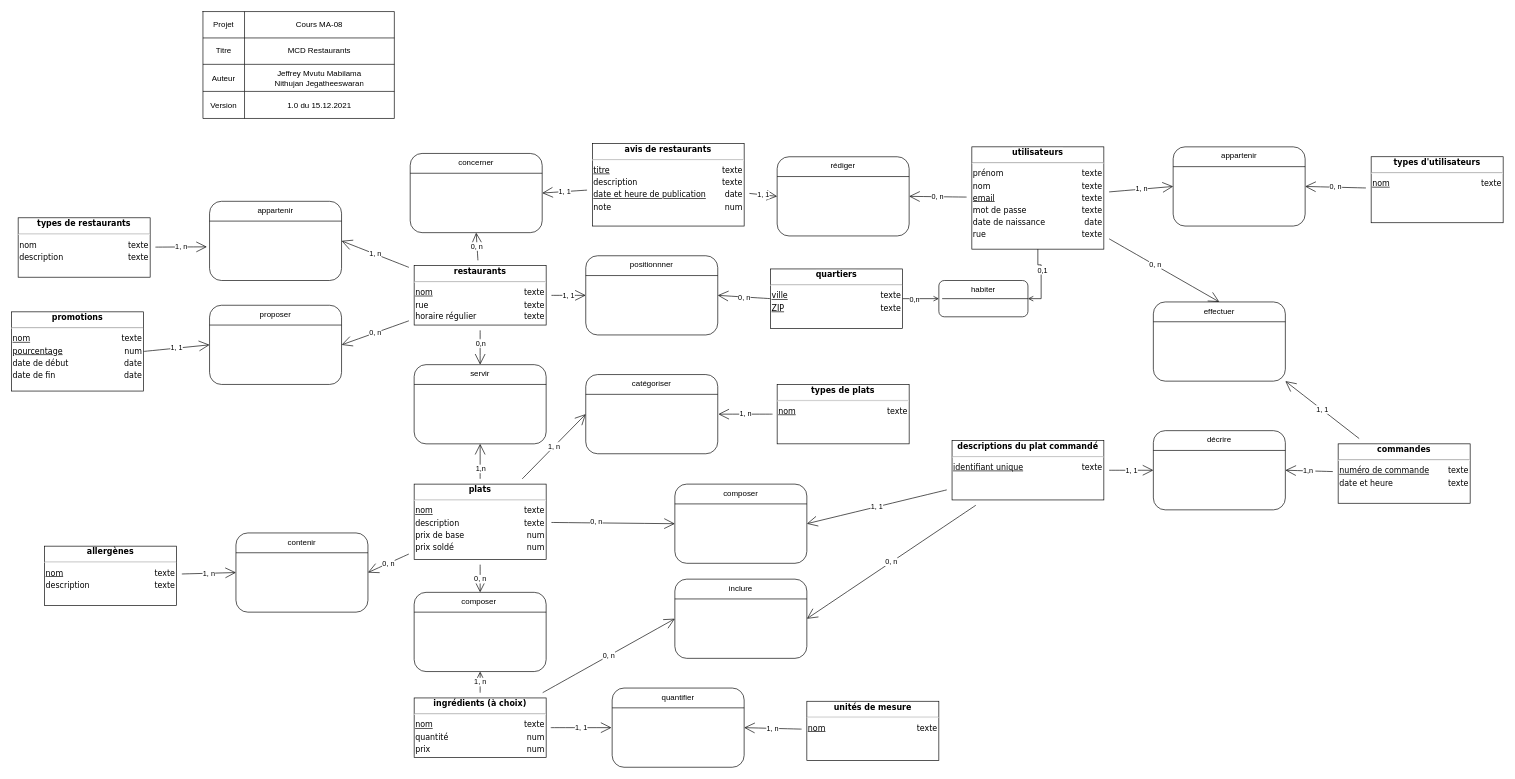
Above: travail/MCD_v1-0.drawio in J-Nithujan/MA-08-Modele-Restaurants (draw.io), before the change. Source tidied: cells renumbered, new cells numbered last; positions are measured from the earlier drawing's top-left corner, leaving out a move shared by most shapes. Both pictures are drawn from the tidied source at 66%, with x=0, y=0 at pixel (11, 11).
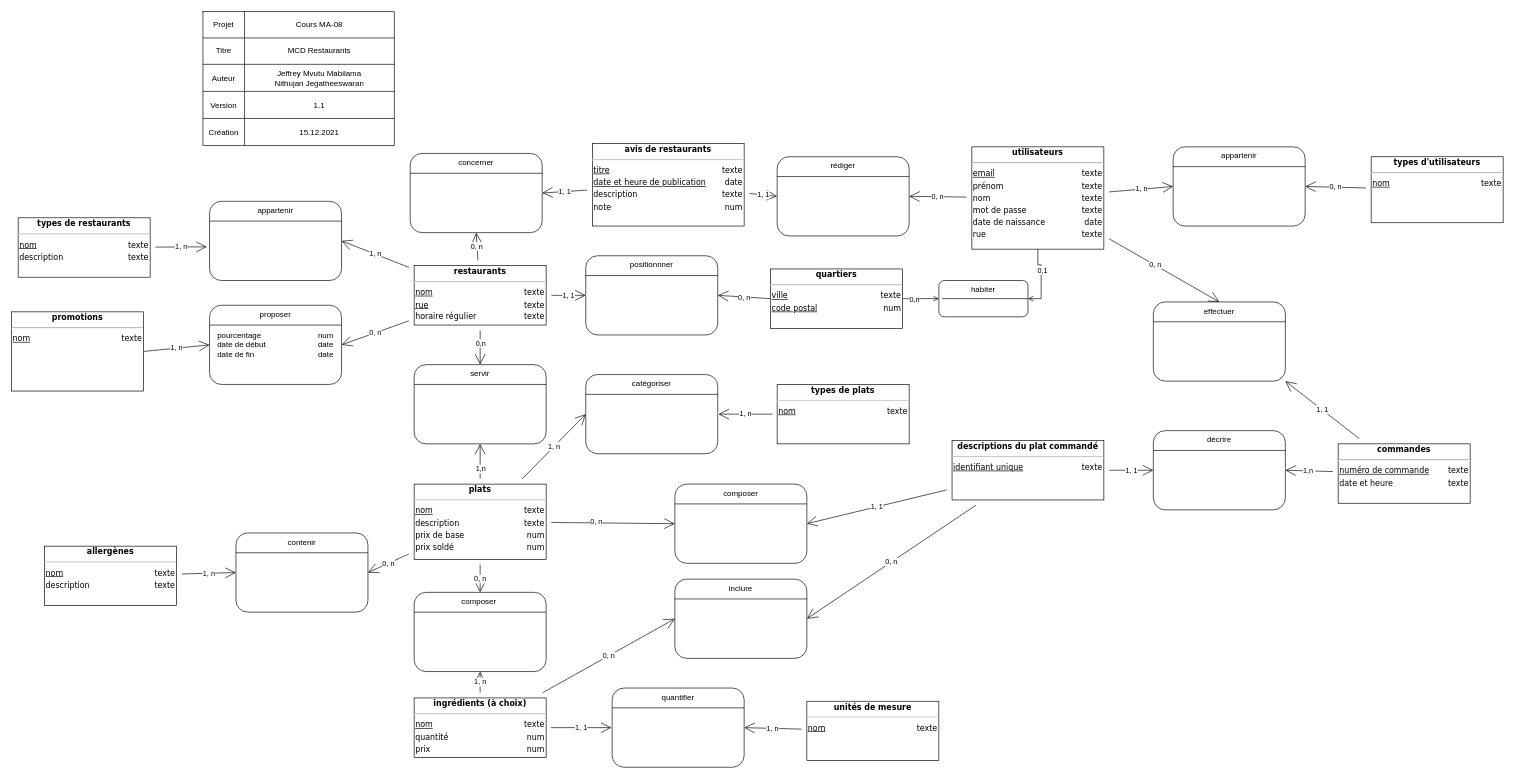
The same page after the edit.

Unchanged cells that the change refers to:
```xml
<mxCell id="12" style="shape=partialRectangle;html=1;whiteSpace=wrap;fillColor=none;top=0;left=0;bottom=0;right=0;" parent="2" vertex="1">
  <mxGeometry y="121" width="290" height="41" as="geometry" />
</mxCell>
<mxCell id="79" value="proposer" style="rounded=1;whiteSpace=wrap;html=1;verticalAlign=top;" parent="1" vertex="1">
  <mxGeometry x="300" y="445" width="200" height="120" as="geometry" />
</mxCell>
```

What changed in the source:
```diff
@@
     <mxCell id="2" style="shape=table;html=1;whiteSpace=wrap;startSize=0;childLayout=tableLayout;align=right;" parent="1" vertex="1">
-      <mxGeometry x="290" width="290" height="162" as="geometry" />
+      <mxGeometry x="290" width="290" height="203" as="geometry" />
     </mxCell>
@@
-    <mxCell id="14" value="1.0 du 15.12.2021" style="shape=partialRectangle;html=1;whiteSpace=wrap;fillColor=none;top=0;left=0;bottom=0;right=0;overflow=hidden;" parent="12" vertex="1">
+    <mxCell id="14" value="1.1" style="shape=partialRectangle;html=1;whiteSpace=wrap;fillColor=none;top=0;left=0;bottom=0;right=0;overflow=hidden;" parent="12" vertex="1">
       <mxGeometry x="63" width="227" height="41" as="geometry" />
     </mxCell>
+    <mxCell id="99" style="shape=partialRectangle;html=1;whiteSpace=wrap;fillColor=none;top=0;left=0;bottom=0;right=0;" parent="2" vertex="1">
+      <mxGeometry y="162" width="290" height="41" as="geometry" />
+    </mxCell>
+    <mxCell id="100" value="Création" style="shape=partialRectangle;html=1;whiteSpace=wrap;fillColor=none;top=0;left=0;bottom=0;right=0;overflow=hidden;" parent="99" vertex="1">
+      <mxGeometry width="63" height="41" as="geometry" />
+    </mxCell>
+    <mxCell id="101" value="15.12.2021" style="shape=partialRectangle;html=1;whiteSpace=wrap;fillColor=none;top=0;left=0;bottom=0;right=0;overflow=hidden;" parent="99" vertex="1">
+      <mxGeometry x="63" width="227" height="41" as="geometry" />
+    </mxCell>
@@
-    <mxCell id="21" value="&lt;div style=&quot;box-sizing: border-box ; width: 100% ; padding: 2px&quot;&gt;&lt;span style=&quot;background-color: rgb(255 , 255 , 255)&quot;&gt;&lt;b&gt;restaurants&lt;/b&gt;&lt;/span&gt;&lt;/div&gt;&lt;hr&gt;&lt;table style=&quot;width: 100% ; font-size: 1em&quot; cellpadding=&quot;2&quot; cellspacing=&quot;0&quot;&gt;&lt;tbody&gt;&lt;tr&gt;&lt;td style=&quot;text-align: left&quot;&gt;&lt;u&gt;nom&lt;/u&gt;&lt;/td&gt;&lt;td style=&quot;text-align: right&quot;&gt;texte&lt;br&gt;&lt;/td&gt;&lt;/tr&gt;&lt;tr&gt;&lt;td style=&quot;text-align: left&quot;&gt;rue&lt;/td&gt;&lt;td style=&quot;text-align: right&quot;&gt;texte&lt;br&gt;&lt;/td&gt;&lt;/tr&gt;&lt;tr&gt;&lt;td style=&quot;text-align: left&quot;&gt;horaire régulier&lt;/td&gt;&lt;td style=&quot;text-align: right&quot;&gt;texte&lt;/td&gt;&lt;/tr&gt;&lt;/tbody&gt;&lt;/table&gt;" style="verticalAlign=top;align=center;overflow=fill;html=1;rounded=0;shadow=0;comic=0;labelBackgroundColor=none;strokeColor=#000000;strokeWidth=1;fillColor=#ffffff;fontFamily=Verdana;fontSize=12;fontColor=#000000;" parent="1" vertex="1">
+    <mxCell id="21" value="&lt;div style=&quot;box-sizing: border-box ; width: 100% ; padding: 2px&quot;&gt;&lt;span style=&quot;background-color: rgb(255 , 255 , 255)&quot;&gt;&lt;b&gt;restaurants&lt;/b&gt;&lt;/span&gt;&lt;/div&gt;&lt;hr&gt;&lt;table style=&quot;width: 100% ; font-size: 1em&quot; cellpadding=&quot;2&quot; cellspacing=&quot;0&quot;&gt;&lt;tbody&gt;&lt;tr&gt;&lt;td style=&quot;text-align: left&quot;&gt;&lt;u&gt;nom&lt;/u&gt;&lt;/td&gt;&lt;td style=&quot;text-align: right&quot;&gt;texte&lt;br&gt;&lt;/td&gt;&lt;/tr&gt;&lt;tr&gt;&lt;td style=&quot;text-align: left&quot;&gt;&lt;u&gt;rue&lt;/u&gt;&lt;/td&gt;&lt;td style=&quot;text-align: right&quot;&gt;texte&lt;br&gt;&lt;/td&gt;&lt;/tr&gt;&lt;tr&gt;&lt;td style=&quot;text-align: left&quot;&gt;horaire régulier&lt;/td&gt;&lt;td style=&quot;text-align: right&quot;&gt;texte&lt;/td&gt;&lt;/tr&gt;&lt;/tbody&gt;&lt;/table&gt;" style="verticalAlign=top;align=center;overflow=fill;html=1;rounded=0;shadow=0;comic=0;labelBackgroundColor=none;strokeColor=#000000;strokeWidth=1;fillColor=#ffffff;fontFamily=Verdana;fontSize=12;fontColor=#000000;" parent="1" vertex="1">
       <mxGeometry x="610" y="385" width="200" height="90" as="geometry" />
     </mxCell>
@@
-    <mxCell id="38" value="&lt;div style=&quot;box-sizing: border-box ; width: 100% ; padding: 2px&quot;&gt;&lt;span style=&quot;background-color: rgb(255 , 255 , 255)&quot;&gt;&lt;b&gt;avis de restaurants&lt;/b&gt;&lt;/span&gt;&lt;/div&gt;&lt;hr&gt;&lt;table style=&quot;width: 100% ; font-size: 1em&quot; cellpadding=&quot;2&quot; cellspacing=&quot;0&quot;&gt;&lt;tbody&gt;&lt;tr&gt;&lt;td style=&quot;text-align: left&quot;&gt;&lt;u&gt;titre&lt;/u&gt;&lt;/td&gt;&lt;td style=&quot;text-align: right&quot;&gt;texte&lt;br&gt;&lt;/td&gt;&lt;/tr&gt;&lt;tr&gt;&lt;td style=&quot;text-align: left&quot;&gt;description&lt;/td&gt;&lt;td style=&quot;text-align: right&quot;&gt;texte&lt;br&gt;&lt;/td&gt;&lt;/tr&gt;&lt;tr&gt;&lt;td style=&quot;text-align: left&quot;&gt;&lt;u&gt;date et heure de publication&lt;/u&gt;&lt;/td&gt;&lt;td style=&quot;text-align: right&quot;&gt;date&lt;br&gt;&lt;/td&gt;&lt;/tr&gt;&lt;tr&gt;&lt;td style=&quot;text-align: left&quot;&gt;note&lt;/td&gt;&lt;td style=&quot;text-align: right&quot;&gt;num&lt;/td&gt;&lt;/tr&gt;&lt;/tbody&gt;&lt;/table&gt;" style="verticalAlign=top;align=center;overflow=fill;html=1;rounded=0;shadow=0;comic=0;labelBackgroundColor=none;strokeColor=#000000;strokeWidth=1;fillColor=#ffffff;fontFamily=Verdana;fontSize=12;fontColor=#000000;" parent="1" vertex="1">
+    <mxCell id="38" value="&lt;div style=&quot;box-sizing: border-box ; width: 100% ; padding: 2px&quot;&gt;&lt;span style=&quot;background-color: rgb(255 , 255 , 255)&quot;&gt;&lt;b&gt;avis de restaurants&lt;/b&gt;&lt;/span&gt;&lt;/div&gt;&lt;hr&gt;&lt;table style=&quot;width: 100% ; font-size: 1em&quot; cellpadding=&quot;2&quot; cellspacing=&quot;0&quot;&gt;&lt;tbody&gt;&lt;tr&gt;&lt;td style=&quot;text-align: left&quot;&gt;&lt;u&gt;titre&lt;/u&gt;&lt;/td&gt;&lt;td style=&quot;text-align: right&quot;&gt;texte&lt;br&gt;&lt;/td&gt;&lt;/tr&gt;&lt;tr&gt;&lt;td style=&quot;text-align: left&quot;&gt;&lt;u&gt;date et heure de publication&lt;/u&gt;&lt;/td&gt;&lt;td style=&quot;text-align: right&quot;&gt;date&lt;br&gt;&lt;/td&gt;&lt;/tr&gt;&lt;tr&gt;&lt;td style=&quot;text-align: left&quot;&gt;description&lt;/td&gt;&lt;td style=&quot;text-align: right&quot;&gt;texte&lt;/td&gt;&lt;/tr&gt;&lt;tr&gt;&lt;td style=&quot;text-align: left&quot;&gt;note&lt;/td&gt;&lt;td style=&quot;text-align: right&quot;&gt;num&lt;/td&gt;&lt;/tr&gt;&lt;/tbody&gt;&lt;/table&gt;" style="verticalAlign=top;align=center;overflow=fill;html=1;rounded=0;shadow=0;comic=0;labelBackgroundColor=none;strokeColor=#000000;strokeWidth=1;fillColor=#ffffff;fontFamily=Verdana;fontSize=12;fontColor=#000000;" parent="1" vertex="1">
       <mxGeometry x="880" y="200" width="230" height="125" as="geometry" />
     </mxCell>
@@
-    <mxCell id="42" value="&lt;div style=&quot;box-sizing: border-box ; width: 100% ; padding: 2px&quot;&gt;&lt;span style=&quot;background-color: rgb(255 , 255 , 255)&quot;&gt;&lt;b&gt;quartiers&lt;/b&gt;&lt;/span&gt;&lt;/div&gt;&lt;hr&gt;&lt;table style=&quot;width: 100% ; font-size: 1em&quot; cellpadding=&quot;2&quot; cellspacing=&quot;0&quot;&gt;&lt;tbody&gt;&lt;tr&gt;&lt;td style=&quot;text-align: left&quot;&gt;&lt;u&gt;ville&lt;/u&gt;&lt;/td&gt;&lt;td style=&quot;text-align: right&quot;&gt;texte&lt;br&gt;&lt;/td&gt;&lt;/tr&gt;&lt;tr&gt;&lt;td style=&quot;text-align: left&quot;&gt;&lt;u&gt;ZIP&lt;/u&gt;&lt;br&gt;&lt;/td&gt;&lt;td style=&quot;text-align: right&quot;&gt;texte&lt;br&gt;&lt;/td&gt;&lt;/tr&gt;&lt;tr&gt;&lt;td style=&quot;text-align: left&quot;&gt;&lt;br&gt;&lt;/td&gt;&lt;td style=&quot;text-align: right&quot;&gt;&lt;br&gt;&lt;/td&gt;&lt;/tr&gt;&lt;/tbody&gt;&lt;/table&gt;" style="verticalAlign=top;align=center;overflow=fill;html=1;rounded=0;shadow=0;comic=0;labelBackgroundColor=none;strokeColor=#000000;strokeWidth=1;fillColor=#ffffff;fontFamily=Verdana;fontSize=12;fontColor=#000000;" parent="1" vertex="1">
+    <mxCell id="42" value="&lt;div style=&quot;box-sizing: border-box ; width: 100% ; padding: 2px&quot;&gt;&lt;span style=&quot;background-color: rgb(255 , 255 , 255)&quot;&gt;&lt;b&gt;quartiers&lt;/b&gt;&lt;/span&gt;&lt;/div&gt;&lt;hr&gt;&lt;table style=&quot;width: 100% ; font-size: 1em&quot; cellpadding=&quot;2&quot; cellspacing=&quot;0&quot;&gt;&lt;tbody&gt;&lt;tr&gt;&lt;td style=&quot;text-align: left&quot;&gt;&lt;u&gt;ville&lt;/u&gt;&lt;/td&gt;&lt;td style=&quot;text-align: right&quot;&gt;texte&lt;br&gt;&lt;/td&gt;&lt;/tr&gt;&lt;tr&gt;&lt;td style=&quot;text-align: left&quot;&gt;&lt;u&gt;code postal&lt;/u&gt;&lt;/td&gt;&lt;td style=&quot;text-align: right&quot;&gt;num&lt;br&gt;&lt;/td&gt;&lt;/tr&gt;&lt;tr&gt;&lt;td style=&quot;text-align: left&quot;&gt;&lt;br&gt;&lt;/td&gt;&lt;td style=&quot;text-align: right&quot;&gt;&lt;br&gt;&lt;/td&gt;&lt;/tr&gt;&lt;/tbody&gt;&lt;/table&gt;" style="verticalAlign=top;align=center;overflow=fill;html=1;rounded=0;shadow=0;comic=0;labelBackgroundColor=none;strokeColor=#000000;strokeWidth=1;fillColor=#ffffff;fontFamily=Verdana;fontSize=12;fontColor=#000000;" parent="1" vertex="1">
       <mxGeometry x="1150" y="390" width="200" height="90" as="geometry" />
     </mxCell>
@@
-    <mxCell id="52" value="&lt;div style=&quot;box-sizing: border-box ; width: 100% ; padding: 2px&quot;&gt;&lt;span style=&quot;background-color: rgb(255 , 255 , 255)&quot;&gt;&lt;b&gt;utilisateurs&lt;/b&gt;&lt;/span&gt;&lt;/div&gt;&lt;hr&gt;&lt;table style=&quot;width: 100% ; font-size: 1em&quot; cellpadding=&quot;2&quot; cellspacing=&quot;0&quot;&gt;&lt;tbody&gt;&lt;tr&gt;&lt;td style=&quot;text-align: left&quot;&gt;prénom&lt;/td&gt;&lt;td style=&quot;text-align: right&quot;&gt;texte&lt;br&gt;&lt;/td&gt;&lt;/tr&gt;&lt;tr&gt;&lt;td style=&quot;text-align: left&quot;&gt;nom&lt;br&gt;&lt;/td&gt;&lt;td style=&quot;text-align: right&quot;&gt;texte&lt;br&gt;&lt;/td&gt;&lt;/tr&gt;&lt;tr&gt;&lt;td style=&quot;text-align: left&quot;&gt;&lt;u&gt;email&lt;/u&gt;&lt;/td&gt;&lt;td style=&quot;text-align: right&quot;&gt;texte&lt;br&gt;&lt;/td&gt;&lt;/tr&gt;&lt;tr&gt;&lt;td style=&quot;text-align: left&quot;&gt;mot de passe&lt;/td&gt;&lt;td style=&quot;text-align: right&quot;&gt;texte&lt;/td&gt;&lt;/tr&gt;&lt;tr&gt;&lt;td style=&quot;text-align: left&quot;&gt;date de naissance&lt;/td&gt;&lt;td style=&quot;text-align: right&quot;&gt;date&lt;/td&gt;&lt;/tr&gt;&lt;tr&gt;&lt;td style=&quot;text-align: left&quot;&gt;rue&lt;/td&gt;&lt;td style=&quot;text-align: right&quot;&gt;texte&lt;/td&gt;&lt;/tr&gt;&lt;/tbody&gt;&lt;/table&gt;" style="verticalAlign=top;align=center;overflow=fill;html=1;rounded=0;shadow=0;comic=0;labelBackgroundColor=none;strokeColor=#000000;strokeWidth=1;fillColor=#ffffff;fontFamily=Verdana;fontSize=12;fontColor=#000000;" parent="1" vertex="1">
+    <mxCell id="52" value="&lt;div style=&quot;box-sizing: border-box ; width: 100% ; padding: 2px&quot;&gt;&lt;span style=&quot;background-color: rgb(255 , 255 , 255)&quot;&gt;&lt;b&gt;utilisateurs&lt;/b&gt;&lt;/span&gt;&lt;/div&gt;&lt;hr&gt;&lt;table style=&quot;width: 100% ; font-size: 1em&quot; cellpadding=&quot;2&quot; cellspacing=&quot;0&quot;&gt;&lt;tbody&gt;&lt;tr&gt;&lt;td style=&quot;text-align: left&quot;&gt;&lt;u&gt;email&lt;/u&gt;&lt;/td&gt;&lt;td style=&quot;text-align: right&quot;&gt;texte&lt;/td&gt;&lt;/tr&gt;&lt;tr&gt;&lt;td style=&quot;text-align: left&quot;&gt;prénom&lt;/td&gt;&lt;td style=&quot;text-align: right&quot;&gt;texte&lt;br&gt;&lt;/td&gt;&lt;/tr&gt;&lt;tr&gt;&lt;td style=&quot;text-align: left&quot;&gt;nom&lt;br&gt;&lt;/td&gt;&lt;td style=&quot;text-align: right&quot;&gt;texte&lt;br&gt;&lt;/td&gt;&lt;/tr&gt;&lt;tr&gt;&lt;td style=&quot;text-align: left&quot;&gt;mot de passe&lt;/td&gt;&lt;td style=&quot;text-align: right&quot;&gt;texte&lt;/td&gt;&lt;/tr&gt;&lt;tr&gt;&lt;td style=&quot;text-align: left&quot;&gt;date de naissance&lt;/td&gt;&lt;td style=&quot;text-align: right&quot;&gt;date&lt;/td&gt;&lt;/tr&gt;&lt;tr&gt;&lt;td style=&quot;text-align: left&quot;&gt;rue&lt;/td&gt;&lt;td style=&quot;text-align: right&quot;&gt;texte&lt;/td&gt;&lt;/tr&gt;&lt;/tbody&gt;&lt;/table&gt;" style="verticalAlign=top;align=center;overflow=fill;html=1;rounded=0;shadow=0;comic=0;labelBackgroundColor=none;strokeColor=#000000;strokeWidth=1;fillColor=#ffffff;fontFamily=Verdana;fontSize=12;fontColor=#000000;" parent="1" vertex="1">
       <mxGeometry x="1455" y="205" width="200" height="155" as="geometry" />
     </mxCell>
@@
-    <mxCell id="54" value="&lt;div style=&quot;box-sizing: border-box ; width: 100% ; padding: 2px&quot;&gt;&lt;span style=&quot;background-color: rgb(255 , 255 , 255)&quot;&gt;&lt;b&gt;types de restaurants&lt;/b&gt;&lt;/span&gt;&lt;/div&gt;&lt;hr&gt;&lt;table style=&quot;width: 100% ; font-size: 1em&quot; cellpadding=&quot;2&quot; cellspacing=&quot;0&quot;&gt;&lt;tbody&gt;&lt;tr&gt;&lt;td style=&quot;text-align: left&quot;&gt;nom&lt;/td&gt;&lt;td style=&quot;text-align: right&quot;&gt;texte&lt;br&gt;&lt;/td&gt;&lt;/tr&gt;&lt;tr&gt;&lt;td style=&quot;text-align: left&quot;&gt;description&lt;/td&gt;&lt;td style=&quot;text-align: right&quot;&gt;texte&lt;br&gt;&lt;/td&gt;&lt;/tr&gt;&lt;tr&gt;&lt;td style=&quot;text-align: left&quot;&gt;&lt;br&gt;&lt;/td&gt;&lt;td style=&quot;text-align: right&quot;&gt;&lt;br&gt;&lt;/td&gt;&lt;/tr&gt;&lt;/tbody&gt;&lt;/table&gt;" style="verticalAlign=top;align=center;overflow=fill;html=1;rounded=0;shadow=0;comic=0;labelBackgroundColor=none;strokeColor=#000000;strokeWidth=1;fillColor=#ffffff;fontFamily=Verdana;fontSize=12;fontColor=#000000;" parent="1" vertex="1">
+    <mxCell id="54" value="&lt;div style=&quot;box-sizing: border-box ; width: 100% ; padding: 2px&quot;&gt;&lt;span style=&quot;background-color: rgb(255 , 255 , 255)&quot;&gt;&lt;b&gt;types de restaurants&lt;/b&gt;&lt;/span&gt;&lt;/div&gt;&lt;hr&gt;&lt;table style=&quot;width: 100% ; font-size: 1em&quot; cellpadding=&quot;2&quot; cellspacing=&quot;0&quot;&gt;&lt;tbody&gt;&lt;tr&gt;&lt;td style=&quot;text-align: left&quot;&gt;&lt;u&gt;nom&lt;/u&gt;&lt;/td&gt;&lt;td style=&quot;text-align: right&quot;&gt;texte&lt;br&gt;&lt;/td&gt;&lt;/tr&gt;&lt;tr&gt;&lt;td style=&quot;text-align: left&quot;&gt;description&lt;/td&gt;&lt;td style=&quot;text-align: right&quot;&gt;texte&lt;br&gt;&lt;/td&gt;&lt;/tr&gt;&lt;/tbody&gt;&lt;/table&gt;" style="verticalAlign=top;align=center;overflow=fill;html=1;rounded=0;shadow=0;comic=0;labelBackgroundColor=none;strokeColor=#000000;strokeWidth=1;fillColor=#ffffff;fontFamily=Verdana;fontSize=12;fontColor=#000000;" parent="1" vertex="1">
       <mxGeometry x="10" y="312.5" width="200" height="90" as="geometry" />
     </mxCell>
@@
-    <mxCell id="57" value="1, 1" style="edgeStyle=none;curved=1;rounded=0;jettySize=auto;html=1;entryX=0;entryY=0.5;entryDx=0;entryDy=0;endArrow=open;startSize=14;endSize=14;sourcePerimeterSpacing=8;targetPerimeterSpacing=8;exitX=1;exitY=0.5;exitDx=0;exitDy=0;" parent="1" edge="1" source="58" target="79">
+    <mxCell id="57" value="1, n" style="edgeStyle=none;curved=1;rounded=0;jettySize=auto;html=1;entryX=0;entryY=0.5;entryDx=0;entryDy=0;endArrow=open;startSize=14;endSize=14;sourcePerimeterSpacing=8;targetPerimeterSpacing=8;exitX=1;exitY=0.5;exitDx=0;exitDy=0;" parent="1" edge="1" source="58" target="79">
       <mxGeometry relative="1" as="geometry" />
     </mxCell>
-    <mxCell id="58" value="&lt;div style=&quot;box-sizing: border-box ; width: 100% ; padding: 2px&quot;&gt;&lt;span style=&quot;background-color: rgb(255 , 255 , 255)&quot;&gt;&lt;b&gt;promotions&lt;/b&gt;&lt;/span&gt;&lt;/div&gt;&lt;hr&gt;&lt;table style=&quot;width: 100% ; font-size: 1em&quot; cellpadding=&quot;2&quot; cellspacing=&quot;0&quot;&gt;&lt;tbody&gt;&lt;tr&gt;&lt;td style=&quot;text-align: left&quot;&gt;&lt;u&gt;nom&lt;/u&gt;&lt;/td&gt;&lt;td style=&quot;text-align: right&quot;&gt;texte&lt;br&gt;&lt;/td&gt;&lt;/tr&gt;&lt;tr&gt;&lt;td style=&quot;text-align: left&quot;&gt;&lt;u&gt;pourcentage&lt;/u&gt;&lt;br&gt;&lt;/td&gt;&lt;td style=&quot;text-align: right&quot;&gt;num&lt;/td&gt;&lt;/tr&gt;&lt;tr&gt;&lt;td style=&quot;text-align: left&quot;&gt;date de début&lt;br&gt;&lt;/td&gt;&lt;td style=&quot;text-align: right&quot;&gt;date&lt;br&gt;&lt;/td&gt;&lt;/tr&gt;&lt;tr&gt;&lt;td style=&quot;text-align: left&quot;&gt;date de fin&lt;/td&gt;&lt;td style=&quot;text-align: right&quot;&gt;date&lt;/td&gt;&lt;/tr&gt;&lt;/tbody&gt;&lt;/table&gt;" style="verticalAlign=top;align=center;overflow=fill;html=1;rounded=0;shadow=0;comic=0;labelBackgroundColor=none;strokeColor=#000000;strokeWidth=1;fillColor=#ffffff;fontFamily=Verdana;fontSize=12;fontColor=#000000;" parent="1" vertex="1">
+    <mxCell id="58" value="&lt;div style=&quot;box-sizing: border-box ; width: 100% ; padding: 2px&quot;&gt;&lt;span style=&quot;background-color: rgb(255 , 255 , 255)&quot;&gt;&lt;b&gt;promotions&lt;/b&gt;&lt;/span&gt;&lt;/div&gt;&lt;hr&gt;&lt;table style=&quot;width: 100% ; font-size: 1em&quot; cellpadding=&quot;2&quot; cellspacing=&quot;0&quot;&gt;&lt;tbody&gt;&lt;tr&gt;&lt;td style=&quot;text-align: left&quot;&gt;&lt;u&gt;nom&lt;/u&gt;&lt;/td&gt;&lt;td style=&quot;text-align: right&quot;&gt;texte&lt;br&gt;&lt;/td&gt;&lt;/tr&gt;&lt;/tbody&gt;&lt;/table&gt;" style="verticalAlign=top;align=center;overflow=fill;html=1;rounded=0;shadow=0;comic=0;labelBackgroundColor=none;strokeColor=#000000;strokeWidth=1;fillColor=#ffffff;fontFamily=Verdana;fontSize=12;fontColor=#000000;" parent="1" vertex="1">
       <mxGeometry y="455" width="200" height="120" as="geometry" />
     </mxCell>
@@
+    <mxCell id="102" value="pourcentage&lt;br&gt;date de début&lt;br&gt;date de fin" style="text;html=1;strokeColor=none;fillColor=none;align=left;verticalAlign=middle;whiteSpace=wrap;rounded=0;hachureGap=4;" parent="1" vertex="1">
+      <mxGeometry x="310" y="485" width="86" height="40" as="geometry" />
+    </mxCell>
+    <mxCell id="103" value="num&lt;br&gt;date&lt;br&gt;&lt;div&gt;&lt;span&gt;date&lt;/span&gt;&lt;/div&gt;" style="text;html=1;strokeColor=none;fillColor=none;align=right;verticalAlign=middle;whiteSpace=wrap;rounded=0;hachureGap=4;" parent="1" vertex="1">
+      <mxGeometry x="430" y="485" width="60" height="40" as="geometry" />
+    </mxCell>
```
